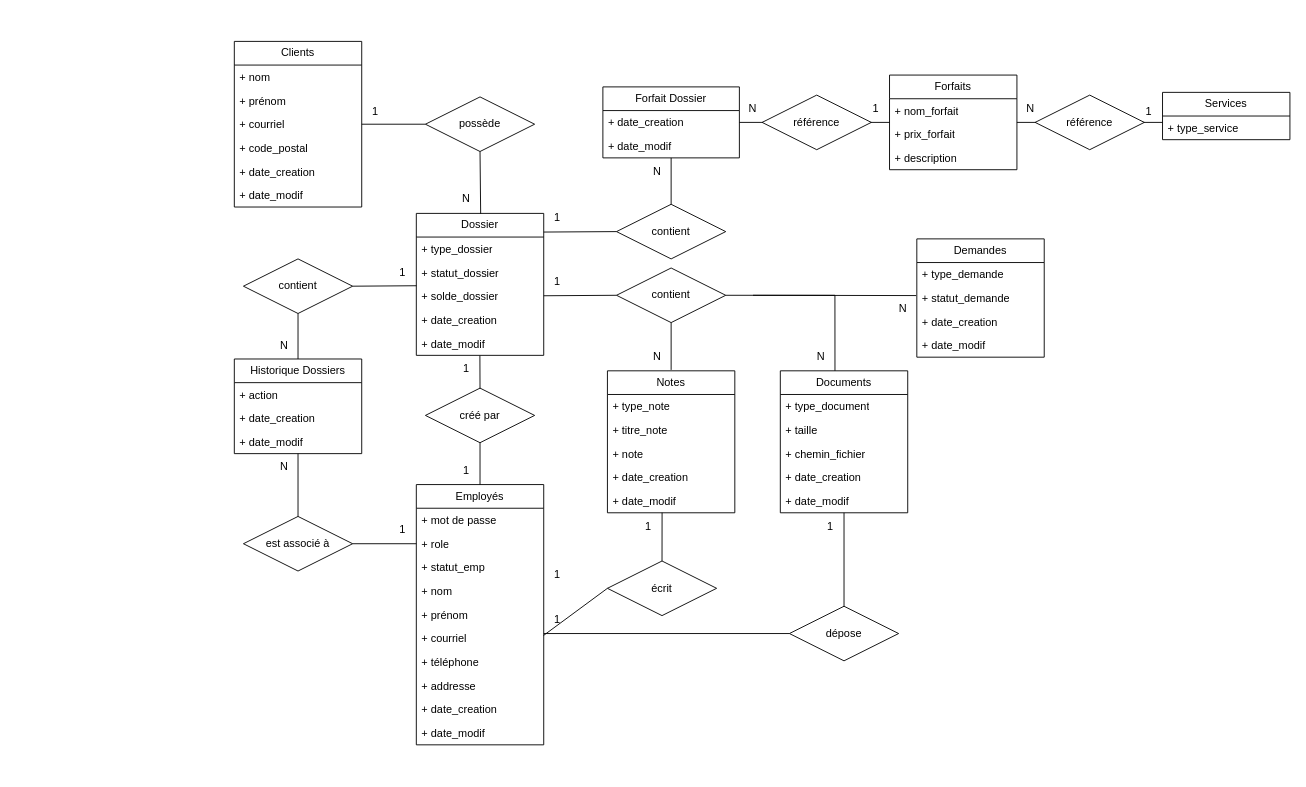
JeHudon/BelleVibe keeps this draw.io diagram as Mandat 1 - Planification/BelleVibe Entité Relation.drawio. Above is the earlier version. Source tidied: cells renumbered, new cells numbered last; positions are measured from the earlier drawing's top-left corner, leaving out a move shared by most shapes. Both pictures are drawn from the tidied source at 91%, with x=0, y=0 at pixel (234, 41).
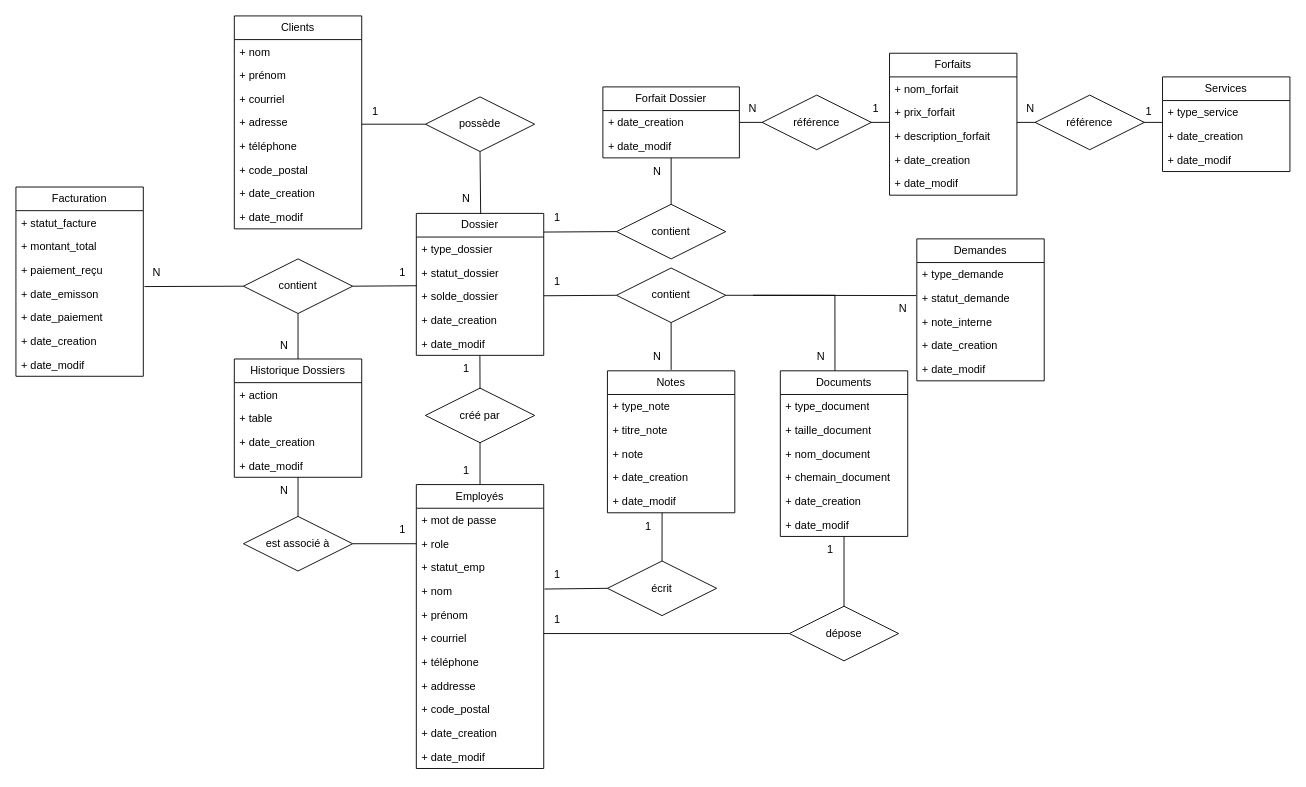
The same page after the edit.

Commit message (it also covers changes not shown here):
Fix des modele entité relation et relationnel

Unchanged cells that the change refers to:
```xml
<mxCell id="13" value="+ nom&amp;nbsp;" style="text;strokeColor=none;fillColor=none;align=left;verticalAlign=top;spacingLeft=4;spacingRight=4;overflow=hidden;points=[[0,0.5],[1,0.5]];portConstraint=eastwest;whiteSpace=wrap;html=1;" parent="9" vertex="1">
  <mxGeometry y="104" width="140" height="26" as="geometry" />
</mxCell>
<mxCell id="15" value="+ courriel" style="text;strokeColor=none;fillColor=none;align=left;verticalAlign=top;spacingLeft=4;spacingRight=4;overflow=hidden;points=[[0,0.5],[1,0.5]];portConstraint=eastwest;whiteSpace=wrap;html=1;" parent="9" vertex="1">
  <mxGeometry y="156" width="140" height="26" as="geometry" />
</mxCell>
<mxCell id="65" value="écrit" style="shape=rhombus;perimeter=rhombusPerimeter;whiteSpace=wrap;html=1;align=center;" parent="1" vertex="1">
  <mxGeometry x="410" y="571" width="120" height="60" as="geometry" />
</mxCell>
<mxCell id="67" value="contient" style="shape=rhombus;perimeter=rhombusPerimeter;whiteSpace=wrap;html=1;align=center;" parent="1" vertex="1">
  <mxGeometry x="10" y="239" width="120" height="60" as="geometry" />
</mxCell>
<mxCell id="68" value="est associé à" style="shape=rhombus;perimeter=rhombusPerimeter;whiteSpace=wrap;html=1;align=center;" parent="1" vertex="1">
  <mxGeometry x="10" y="522" width="120" height="60" as="geometry" />
</mxCell>
```

Change to the diagram source:
```diff
@@
     <mxCell id="2" value="Clients" style="swimlane;fontStyle=0;horizontal=1;startSize=26;fillColor=none;whiteSpace=wrap;html=1;" parent="1" vertex="1">
-      <mxGeometry width="140" height="182" as="geometry" />
+      <mxGeometry y="-28" width="140" height="234" as="geometry" />
     </mxCell>
@@
+    <mxCell id="108" value="+ adresse" style="text;strokeColor=none;fillColor=none;align=left;verticalAlign=top;spacingLeft=4;spacingRight=4;overflow=hidden;whiteSpace=wrap;html=1;" parent="2" vertex="1">
+      <mxGeometry y="104" width="140" height="26" as="geometry" />
+    </mxCell>
+    <mxCell id="109" value="+ téléphone" style="text;strokeColor=none;fillColor=none;align=left;verticalAlign=top;spacingLeft=4;spacingRight=4;overflow=hidden;whiteSpace=wrap;html=1;" parent="2" vertex="1">
+      <mxGeometry y="130" width="140" height="26" as="geometry" />
+    </mxCell>
     <mxCell id="6" value="+ code_postal" style="text;strokeColor=none;fillColor=none;align=left;verticalAlign=top;spacingLeft=4;spacingRight=4;overflow=hidden;whiteSpace=wrap;html=1;" parent="2" vertex="1">
-      <mxGeometry y="104" width="140" height="26" as="geometry" />
+      <mxGeometry y="156" width="140" height="26" as="geometry" />
     </mxCell>
     <mxCell id="7" value="+ date_creation&lt;div&gt;&lt;br&gt;&lt;/div&gt;" style="text;strokeColor=none;fillColor=none;align=left;verticalAlign=top;spacingLeft=4;spacingRight=4;overflow=hidden;whiteSpace=wrap;html=1;" parent="2" vertex="1">
-      <mxGeometry y="130" width="140" height="26" as="geometry" />
+      <mxGeometry y="182" width="140" height="26" as="geometry" />
     </mxCell>
     <mxCell id="8" value="+ date_modif" style="text;strokeColor=none;fillColor=none;align=left;verticalAlign=top;spacingLeft=4;spacingRight=4;overflow=hidden;whiteSpace=wrap;html=1;" parent="2" vertex="1">
-      <mxGeometry y="156" width="140" height="26" as="geometry" />
+      <mxGeometry y="208" width="140" height="26" as="geometry" />
     </mxCell>
     <mxCell id="9" value="Employés" style="swimlane;fontStyle=0;horizontal=1;startSize=26;fillColor=none;whiteSpace=wrap;html=1;" parent="1" vertex="1">
-      <mxGeometry x="200" y="487" width="140" height="286" as="geometry" />
+      <mxGeometry x="200" y="487" width="140" height="312" as="geometry" />
     </mxCell>
@@
+    <mxCell id="110" value="+ code_postal" style="text;strokeColor=none;fillColor=none;align=left;verticalAlign=top;spacingLeft=4;spacingRight=4;overflow=hidden;whiteSpace=wrap;html=1;" parent="9" vertex="1">
+      <mxGeometry y="234" width="140" height="26" as="geometry" />
+    </mxCell>
     <mxCell id="18" value="+ date_creation&lt;div&gt;&lt;br&gt;&lt;/div&gt;" style="text;strokeColor=none;fillColor=none;align=left;verticalAlign=top;spacingLeft=4;spacingRight=4;overflow=hidden;whiteSpace=wrap;html=1;" parent="9" vertex="1">
-      <mxGeometry y="234" width="140" height="26" as="geometry" />
+      <mxGeometry y="260" width="140" height="26" as="geometry" />
     </mxCell>
     <mxCell id="19" value="+ date_modif" style="text;strokeColor=none;fillColor=none;align=left;verticalAlign=top;spacingLeft=4;spacingRight=4;overflow=hidden;whiteSpace=wrap;html=1;" parent="9" vertex="1">
-      <mxGeometry y="260" width="140" height="26" as="geometry" />
+      <mxGeometry y="286" width="140" height="26" as="geometry" />
     </mxCell>
     <mxCell id="20" value="Documents" style="swimlane;fontStyle=0;horizontal=1;startSize=26;fillColor=none;whiteSpace=wrap;html=1;" parent="1" vertex="1">
-      <mxGeometry x="600" y="362" width="140" height="156" as="geometry" />
+      <mxGeometry x="600" y="362" width="140" height="182" as="geometry" />
     </mxCell>
@@
-    <mxCell id="22" value="+ taille" style="text;strokeColor=none;fillColor=none;align=left;verticalAlign=top;spacingLeft=4;spacingRight=4;overflow=hidden;whiteSpace=wrap;html=1;" parent="20" vertex="1">
+    <mxCell id="22" value="+ taille_document" style="text;strokeColor=none;fillColor=none;align=left;verticalAlign=top;spacingLeft=4;spacingRight=4;overflow=hidden;whiteSpace=wrap;html=1;" parent="20" vertex="1">
       <mxGeometry y="52" width="140" height="26" as="geometry" />
     </mxCell>
+    <mxCell id="111" value="+ nom_document" style="text;strokeColor=none;fillColor=none;align=left;verticalAlign=top;spacingLeft=4;spacingRight=4;overflow=hidden;whiteSpace=wrap;html=1;" parent="20" vertex="1">
+      <mxGeometry y="78" width="140" height="26" as="geometry" />
+    </mxCell>
-    <mxCell id="23" value="+ chemin_fichier" style="text;strokeColor=none;fillColor=none;align=left;verticalAlign=top;spacingLeft=4;spacingRight=4;overflow=hidden;whiteSpace=wrap;html=1;" parent="20" vertex="1">
-      <mxGeometry y="78" width="140" height="26" as="geometry" />
+    <mxCell id="23" value="+ chemain_document" style="text;strokeColor=none;fillColor=none;align=left;verticalAlign=top;spacingLeft=4;spacingRight=4;overflow=hidden;whiteSpace=wrap;html=1;" parent="20" vertex="1">
+      <mxGeometry y="104" width="140" height="26" as="geometry" />
     </mxCell>
     <mxCell id="24" value="+ date_creation&lt;div&gt;&lt;br&gt;&lt;/div&gt;" style="text;strokeColor=none;fillColor=none;align=left;verticalAlign=top;spacingLeft=4;spacingRight=4;overflow=hidden;whiteSpace=wrap;html=1;" parent="20" vertex="1">
-      <mxGeometry y="104" width="140" height="26" as="geometry" />
+      <mxGeometry y="130" width="140" height="26" as="geometry" />
     </mxCell>
     <mxCell id="25" value="+ date_modif" style="text;strokeColor=none;fillColor=none;align=left;verticalAlign=top;spacingLeft=4;spacingRight=4;overflow=hidden;whiteSpace=wrap;html=1;" parent="20" vertex="1">
-      <mxGeometry y="130" width="140" height="26" as="geometry" />
+      <mxGeometry y="156" width="140" height="26" as="geometry" />
     </mxCell>
@@
     <mxCell id="32" value="Demandes" style="swimlane;fontStyle=0;horizontal=1;startSize=26;fillColor=none;whiteSpace=wrap;html=1;" parent="1" vertex="1">
-      <mxGeometry x="750" y="217" width="140" height="130" as="geometry" />
+      <mxGeometry x="750" y="217" width="140" height="156" as="geometry" />
     </mxCell>
@@
+    <mxCell id="112" value="+ note_interne" style="text;strokeColor=none;fillColor=none;align=left;verticalAlign=top;spacingLeft=4;spacingRight=4;overflow=hidden;whiteSpace=wrap;html=1;" parent="32" vertex="1">
+      <mxGeometry y="78" width="140" height="26" as="geometry" />
+    </mxCell>
     <mxCell id="35" value="+ date_creation&lt;div&gt;&lt;br&gt;&lt;/div&gt;" style="text;strokeColor=none;fillColor=none;align=left;verticalAlign=top;spacingLeft=4;spacingRight=4;overflow=hidden;whiteSpace=wrap;html=1;" parent="32" vertex="1">
-      <mxGeometry y="78" width="140" height="26" as="geometry" />
+      <mxGeometry y="104" width="140" height="26" as="geometry" />
     </mxCell>
     <mxCell id="36" value="+ date_modif" style="text;strokeColor=none;fillColor=none;align=left;verticalAlign=top;spacingLeft=4;spacingRight=4;overflow=hidden;whiteSpace=wrap;html=1;" parent="32" vertex="1">
-      <mxGeometry y="104" width="140" height="26" as="geometry" />
+      <mxGeometry y="130" width="140" height="26" as="geometry" />
     </mxCell>
@@
     <mxCell id="43" value="Historique Dossiers" style="swimlane;fontStyle=0;horizontal=1;startSize=26;fillColor=none;whiteSpace=wrap;html=1;" parent="1" vertex="1">
-      <mxGeometry y="349" width="140" height="104" as="geometry" />
+      <mxGeometry y="349" width="140" height="130" as="geometry" />
     </mxCell>
@@
+    <mxCell id="113" value="&lt;div&gt;+ table&lt;/div&gt;" style="text;strokeColor=none;fillColor=none;align=left;verticalAlign=top;spacingLeft=4;spacingRight=4;overflow=hidden;whiteSpace=wrap;html=1;" parent="43" vertex="1">
+      <mxGeometry y="52" width="140" height="26" as="geometry" />
+    </mxCell>
     <mxCell id="45" value="+ date_creation&lt;div&gt;&lt;br&gt;&lt;/div&gt;" style="text;strokeColor=none;fillColor=none;align=left;verticalAlign=top;spacingLeft=4;spacingRight=4;overflow=hidden;whiteSpace=wrap;html=1;" parent="43" vertex="1">
-      <mxGeometry y="52" width="140" height="26" as="geometry" />
+      <mxGeometry y="78" width="140" height="26" as="geometry" />
     </mxCell>
     <mxCell id="46" value="&lt;div&gt;+ date_modif&lt;/div&gt;" style="text;strokeColor=none;fillColor=none;align=left;verticalAlign=top;spacingLeft=4;spacingRight=4;overflow=hidden;whiteSpace=wrap;html=1;" parent="43" vertex="1">
-      <mxGeometry y="78" width="140" height="26" as="geometry" />
+      <mxGeometry y="104" width="140" height="26" as="geometry" />
     </mxCell>
     <mxCell id="47" value="Services" style="swimlane;fontStyle=0;horizontal=1;startSize=26;fillColor=none;whiteSpace=wrap;html=1;" parent="1" vertex="1">
-      <mxGeometry x="1020" y="56" width="140" height="52" as="geometry" />
+      <mxGeometry x="1020" y="39" width="140" height="104" as="geometry" />
     </mxCell>
@@
+    <mxCell id="114" value="+ date_creation&lt;div&gt;&lt;br&gt;&lt;/div&gt;" style="text;strokeColor=none;fillColor=none;align=left;verticalAlign=top;spacingLeft=4;spacingRight=4;overflow=hidden;whiteSpace=wrap;html=1;" parent="47" vertex="1">
+      <mxGeometry y="52" width="140" height="26" as="geometry" />
+    </mxCell>
+    <mxCell id="115" value="+ date_modif" style="text;strokeColor=none;fillColor=none;align=left;verticalAlign=top;spacingLeft=4;spacingRight=4;overflow=hidden;whiteSpace=wrap;html=1;" parent="47" vertex="1">
+      <mxGeometry y="78" width="140" height="26" as="geometry" />
+    </mxCell>
     <mxCell id="49" value="Forfaits" style="swimlane;fontStyle=0;horizontal=1;startSize=26;fillColor=none;whiteSpace=wrap;html=1;" parent="1" vertex="1">
-      <mxGeometry x="720" y="37" width="140" height="104" as="geometry" />
+      <mxGeometry x="720" y="13" width="140" height="156" as="geometry" />
     </mxCell>
@@
-    <mxCell id="52" value="+ description" style="text;strokeColor=none;fillColor=none;align=left;verticalAlign=top;spacingLeft=4;spacingRight=4;overflow=hidden;whiteSpace=wrap;html=1;" parent="49" vertex="1">
+    <mxCell id="52" value="+ description_forfait" style="text;strokeColor=none;fillColor=none;align=left;verticalAlign=top;spacingLeft=4;spacingRight=4;overflow=hidden;whiteSpace=wrap;html=1;" parent="49" vertex="1">
       <mxGeometry y="78" width="140" height="26" as="geometry" />
     </mxCell>
+    <mxCell id="116" value="+ date_creation&lt;div&gt;&lt;br&gt;&lt;/div&gt;" style="text;strokeColor=none;fillColor=none;align=left;verticalAlign=top;spacingLeft=4;spacingRight=4;overflow=hidden;whiteSpace=wrap;html=1;" parent="49" vertex="1">
+      <mxGeometry y="104" width="140" height="26" as="geometry" />
+    </mxCell>
+    <mxCell id="117" value="+ date_modif" style="text;strokeColor=none;fillColor=none;align=left;verticalAlign=top;spacingLeft=4;spacingRight=4;overflow=hidden;whiteSpace=wrap;html=1;" parent="49" vertex="1">
+      <mxGeometry y="130" width="140" height="26" as="geometry" />
+    </mxCell>
@@
-    <mxCell id="70" style="endArrow=none;html=1;rounded=0;exitX=0.999;exitY=0.376;exitDx=0;exitDy=0;exitPerimeter=0;entryX=0;entryY=0.5;entryDx=0;entryDy=0;" parent="1" edge="1" source="15" target="65">
+    <mxCell id="70" style="endArrow=none;html=1;rounded=0;exitX=1.006;exitY=0.415;exitDx=0;exitDy=0;exitPerimeter=0;entryX=0;entryY=0.5;entryDx=0;entryDy=0;" parent="1" edge="1" source="13" target="65">
       <mxGeometry relative="1" as="geometry" />
     </mxCell>
@@
     <mxCell id="86" value="1" style="text;html=1;whiteSpace=wrap;strokeColor=none;fillColor=none;align=center;verticalAlign=middle;rounded=0;" parent="1" vertex="1">
-      <mxGeometry x="640" y="518" width="30" height="30" as="geometry" />
+      <mxGeometry x="640" y="544" width="30" height="30" as="geometry" />
     </mxCell>
@@
     <mxCell id="103" value="N" style="text;html=1;whiteSpace=wrap;strokeColor=none;fillColor=none;align=center;verticalAlign=middle;rounded=0;" parent="1" vertex="1">
-      <mxGeometry x="40" y="453" width="30" height="30" as="geometry" />
+      <mxGeometry x="40" y="479" width="30" height="30" as="geometry" />
     </mxCell>
-    <mxCell id="104" style="endArrow=none;html=1;rounded=0;exitX=0.5;exitY=1;exitDx=0;exitDy=0;entryX=0.5;entryY=0;entryDx=0;entryDy=0;" parent="1" edge="1" target="68">
-      <mxGeometry relative="1" as="geometry">
-        <mxPoint x="70" y="453" as="sourcePoint" />
-      </mxGeometry>
+    <mxCell id="104" style="endArrow=none;html=1;rounded=0;entryX=0.5;entryY=0;entryDx=0;entryDy=0;exitX=1;exitY=0;exitDx=0;exitDy=0;" parent="1" edge="1" source="103" target="68">
+      <mxGeometry relative="1" as="geometry" />
     </mxCell>
@@
+    <mxCell id="118" value="Facturation" style="swimlane;fontStyle=0;horizontal=1;startSize=26;fillColor=none;whiteSpace=wrap;html=1;" parent="1" vertex="1">
+      <mxGeometry x="-240" y="160" width="140" height="208" as="geometry" />
+    </mxCell>
+    <mxCell id="119" value="+ statut_facture" style="text;strokeColor=none;fillColor=none;align=left;verticalAlign=top;spacingLeft=4;spacingRight=4;overflow=hidden;whiteSpace=wrap;html=1;" parent="118" vertex="1">
+      <mxGeometry y="26" width="140" height="26" as="geometry" />
+    </mxCell>
+    <mxCell id="120" value="+ montant_total" style="text;strokeColor=none;fillColor=none;align=left;verticalAlign=top;spacingLeft=4;spacingRight=4;overflow=hidden;whiteSpace=wrap;html=1;" parent="118" vertex="1">
+      <mxGeometry y="52" width="140" height="26" as="geometry" />
+    </mxCell>
+    <mxCell id="121" value="+ paiement_reçu" style="text;strokeColor=none;fillColor=none;align=left;verticalAlign=top;spacingLeft=4;spacingRight=4;overflow=hidden;whiteSpace=wrap;html=1;" parent="118" vertex="1">
+      <mxGeometry y="78" width="140" height="26" as="geometry" />
+    </mxCell>
+    <mxCell id="122" value="+ date_emisson&lt;div&gt;&lt;br&gt;&lt;/div&gt;" style="text;strokeColor=none;fillColor=none;align=left;verticalAlign=top;spacingLeft=4;spacingRight=4;overflow=hidden;points=[[0,0.5],[1,0.5]];portConstraint=eastwest;whiteSpace=wrap;html=1;" parent="118" vertex="1">
+      <mxGeometry y="104" width="140" height="26" as="geometry" />
+    </mxCell>
+    <mxCell id="123" value="&lt;div&gt;+ date_paiement&lt;/div&gt;" style="text;strokeColor=none;fillColor=none;align=left;verticalAlign=top;spacingLeft=4;spacingRight=4;overflow=hidden;whiteSpace=wrap;html=1;" parent="118" vertex="1">
+      <mxGeometry y="130" width="140" height="26" as="geometry" />
+    </mxCell>
+    <mxCell id="124" value="+ date_creation&lt;div&gt;&lt;br&gt;&lt;/div&gt;" style="text;strokeColor=none;fillColor=none;align=left;verticalAlign=top;spacingLeft=4;spacingRight=4;overflow=hidden;whiteSpace=wrap;html=1;" parent="118" vertex="1">
+      <mxGeometry y="156" width="140" height="26" as="geometry" />
+    </mxCell>
+    <mxCell id="125" value="+ date_modif" style="text;strokeColor=none;fillColor=none;align=left;verticalAlign=top;spacingLeft=4;spacingRight=4;overflow=hidden;whiteSpace=wrap;html=1;" parent="118" vertex="1">
+      <mxGeometry y="182" width="140" height="26" as="geometry" />
+    </mxCell>
+    <mxCell id="126" style="endArrow=none;html=1;rounded=0;entryX=0;entryY=0.5;entryDx=0;entryDy=0;exitX=1.009;exitY=0.208;exitDx=0;exitDy=0;exitPerimeter=0;" parent="1" edge="1" source="122" target="67">
+      <mxGeometry relative="1" as="geometry" />
+    </mxCell>
+    <mxCell id="127" value="N" style="text;html=1;whiteSpace=wrap;strokeColor=none;fillColor=none;align=center;verticalAlign=middle;rounded=0;" parent="1" vertex="1">
+      <mxGeometry x="-100" y="239" width="30" height="30" as="geometry" />
+    </mxCell>
```
